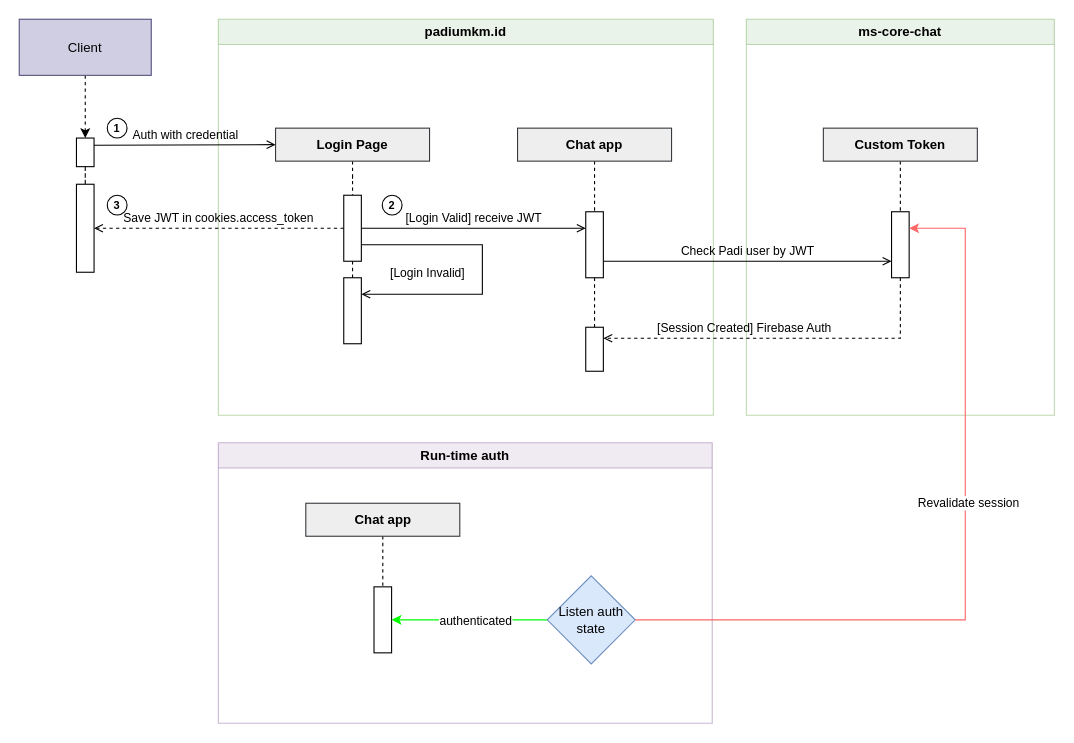
Above: page "Chat Authentication" (2 of 2) of Arch Chat Padi.drawio in yogiprsetya/app.diagrams.net (draw.io), before the change. Source tidied: cells renumbered, new cells numbered last; positions are measured from the earlier drawing's top-left corner, leaving out a move shared by most shapes. Both pictures are drawn from the tidied source at 110%, with x=0, y=0 at pixel (19, 19).
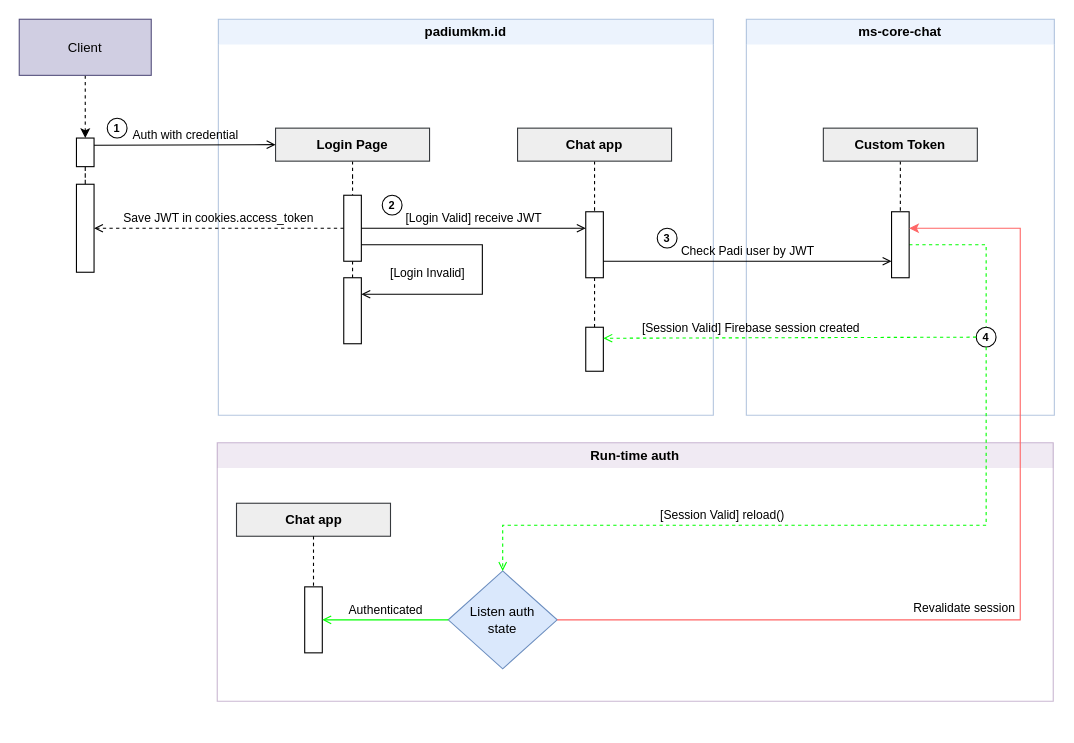
After the change.

Unchanged cells that the change refers to:
```xml
<mxCell id="14" style="rounded=0;whiteSpace=wrap;html=1;" parent="2" vertex="1">
  <mxGeometry x="334" y="280" width="16" height="40" as="geometry" />
</mxCell>
<mxCell id="19" style="rounded=0;whiteSpace=wrap;html=1;" parent="16" vertex="1">
  <mxGeometry x="132" y="175" width="16" height="60" as="geometry" />
</mxCell>
```

The edit, as a diff of the source:
```diff
@@
-    <mxCell id="2" value="padiumkm.id" style="swimlane;whiteSpace=wrap;html=1;fillColor=#d5e8d4;strokeColor=#82b366;opacity=50;" parent="1" vertex="1">
+    <mxCell id="2" value="padiumkm.id" style="swimlane;whiteSpace=wrap;html=1;fillColor=#dae8fc;strokeColor=#6c8ebf;swimlaneLine=0;opacity=50;" parent="1" vertex="1">
       <mxGeometry x="181" width="450" height="360" as="geometry" />
     </mxCell>
@@
+    <mxCell id="39" value="3" style="ellipse;whiteSpace=wrap;html=1;fontStyle=1;fontSize=10;" parent="2" vertex="1">
+      <mxGeometry x="399" y="190" width="18" height="18" as="geometry" />
+    </mxCell>
-    <mxCell id="16" value="ms-core-chat" style="swimlane;whiteSpace=wrap;html=1;fillColor=#d5e8d4;strokeColor=#82b366;startSize=23;opacity=50;" parent="1" vertex="1">
+    <mxCell id="16" value="ms-core-chat" style="swimlane;whiteSpace=wrap;html=1;fillColor=#dae8fc;strokeColor=#6c8ebf;startSize=23;swimlaneLine=0;opacity=50;" parent="1" vertex="1">
       <mxGeometry x="661" width="280" height="360" as="geometry" />
     </mxCell>
@@
+    <mxCell id="40" style="edgeStyle=orthogonalEdgeStyle;rounded=0;jettySize=auto;html=1;exitX=1;exitY=0.5;exitDx=0;exitDy=0;entryX=0.5;entryY=0;entryDx=0;entryDy=0;fontSize=12;startSize=8;endSize=8;endArrow=none;endFill=0;dashed=1;strokeColor=#00FF00;" parent="16" edge="1" source="19" target="41">
+      <mxGeometry relative="1" as="geometry" />
+    </mxCell>
@@
+    <mxCell id="41" value="4" style="ellipse;whiteSpace=wrap;html=1;fontStyle=1;fontSize=10;" parent="16" vertex="1">
+      <mxGeometry x="209" y="280" width="18" height="18" as="geometry" />
+    </mxCell>
@@
-    <mxCell id="28" value="[Session Created] Firebase Auth" style="html=1;verticalAlign=bottom;labelBackgroundColor=none;endArrow=open;endFill=0;rounded=0;exitX=0.5;exitY=1;exitDx=0;exitDy=0;edgeStyle=orthogonalEdgeStyle;entryX=1;entryY=0.25;entryDx=0;entryDy=0;dashed=1;" parent="1" edge="1" source="19" target="14">
+    <mxCell id="28" value="[Session Valid] Firebase session created" style="html=1;verticalAlign=bottom;labelBackgroundColor=none;endArrow=open;endFill=0;rounded=0;exitX=0;exitY=0.5;exitDx=0;exitDy=0;entryX=1;entryY=0.25;entryDx=0;entryDy=0;dashed=1;strokeColor=#00FF00;" parent="1" edge="1" source="41" target="14">
       <mxGeometry x="0.21" relative="1" as="geometry" />
     </mxCell>
-    <mxCell id="29" value="Run-time auth" style="swimlane;whiteSpace=wrap;html=1;fillColor=#e1d5e7;strokeColor=#9673a6;startSize=23;opacity=50;" parent="1" vertex="1">
-      <mxGeometry x="181" y="385" width="449" height="255" as="geometry" />
+    <mxCell id="29" value="Run-time auth" style="swimlane;whiteSpace=wrap;html=1;fillColor=#e1d5e7;strokeColor=#9673a6;startSize=23;swimlaneLine=0;opacity=50;" parent="1" vertex="1">
+      <mxGeometry x="180" y="385" width="760" height="235" as="geometry" />
     </mxCell>
+    <mxCell id="32" style="rounded=0;whiteSpace=wrap;html=1;" parent="29" vertex="1">
+      <mxGeometry x="79.5" y="131" width="16" height="60" as="geometry" />
+    </mxCell>
+    <mxCell id="35" value="&lt;div&gt;Listen auth&lt;/div&gt;&lt;div&gt;state&lt;/div&gt;" style="rhombus;whiteSpace=wrap;html=1;fillColor=#dae8fc;strokeColor=#6c8ebf;" parent="29" vertex="1">
+      <mxGeometry x="210" y="116.5" width="99" height="89" as="geometry" />
+    </mxCell>
+    <mxCell id="33" value="Authenticated" style="html=1;verticalAlign=bottom;labelBackgroundColor=none;endArrow=open;endFill=0;rounded=0;exitX=0;exitY=0.5;exitDx=0;exitDy=0;edgeStyle=orthogonalEdgeStyle;entryX=1;entryY=0.5;entryDx=0;entryDy=0;strokeColor=#00FF00;" parent="29" edge="1" source="35" target="32">
+      <mxGeometry relative="1" as="geometry" />
+    </mxCell>
+    <mxCell id="31" value="&lt;div&gt;Chat app&lt;/div&gt;" style="fontStyle=1;whiteSpace=wrap;html=1;fillColor=#eeeeee;strokeColor=#36393d;" parent="29" vertex="1">
+      <mxGeometry x="17.5" y="55" width="140" height="30" as="geometry" />
+    </mxCell>
@@
-    <mxCell id="31" value="&lt;div&gt;Chat app&lt;/div&gt;" style="fontStyle=1;whiteSpace=wrap;html=1;fillColor=#eeeeee;strokeColor=#36393d;" parent="29" vertex="1">
-      <mxGeometry x="79.5" y="55" width="140" height="30" as="geometry" />
-    </mxCell>
-    <mxCell id="32" style="rounded=0;whiteSpace=wrap;html=1;" parent="29" vertex="1">
-      <mxGeometry x="141.5" y="131" width="16" height="60" as="geometry" />
-    </mxCell>
-    <mxCell id="33" style="rounded=0;jettySize=auto;html=1;entryX=1;entryY=0.5;entryDx=0;entryDy=0;strokeColor=#00FF00;exitX=0;exitY=0.5;exitDx=0;exitDy=0;" parent="29" edge="1" source="35" target="32">
-      <mxGeometry relative="1" as="geometry" />
-    </mxCell>
-    <mxCell id="34" value="authenticated" style="edgeLabel;html=1;align=center;verticalAlign=middle;" parent="33" vertex="1">
-      <mxGeometry x="-0.07" relative="1" as="geometry" />
-    </mxCell>
-    <mxCell id="35" value="Listen auth state" style="rhombus;whiteSpace=wrap;html=1;fillColor=#dae8fc;strokeColor=#6c8ebf;" parent="29" vertex="1">
-      <mxGeometry x="299" y="121" width="80" height="80" as="geometry" />
-    </mxCell>
     <mxCell id="36" style="edgeStyle=orthogonalEdgeStyle;rounded=0;jettySize=auto;html=1;entryX=1;entryY=0.25;entryDx=0;entryDy=0;strokeColor=#FF6666;" parent="1" edge="1" source="35" target="19">
       <mxGeometry relative="1" as="geometry">
         <Array as="points">
-          <mxPoint x="860" y="546" />
-          <mxPoint x="860" y="190" />
+          <mxPoint x="910" y="546" />
+          <mxPoint x="910" y="190" />
         </Array>
       </mxGeometry>
     </mxCell>
     <mxCell id="37" value="Revalidate session" style="edgeLabel;html=1;align=center;verticalAlign=middle;" parent="36" vertex="1">
-      <mxGeometry x="0.15" y="-2" relative="1" as="geometry" />
+      <mxGeometry x="0.15" y="-2" relative="1" as="geometry">
+        <mxPoint x="-54" y="72" as="offset" />
+      </mxGeometry>
     </mxCell>
@@
-    <mxCell id="39" value="3" style="ellipse;whiteSpace=wrap;html=1;fontStyle=1;fontSize=10;" parent="1" vertex="1">
-      <mxGeometry x="80" y="160" width="18" height="18" as="geometry" />
-    </mxCell>
+    <mxCell id="42" value="[Session Valid] reload()" style="html=1;verticalAlign=bottom;labelBackgroundColor=none;endArrow=open;endFill=0;rounded=0;entryX=0.5;entryY=0;entryDx=0;entryDy=0;dashed=1;strokeColor=#00FF00;edgeStyle=orthogonalEdgeStyle;exitX=0.5;exitY=1;exitDx=0;exitDy=0;" parent="1" edge="1" source="41" target="35">
+      <mxGeometry x="0.25" relative="1" as="geometry">
+        <Array as="points">
+          <mxPoint x="879" y="460" />
+          <mxPoint x="440" y="460" />
+          <mxPoint x="440" y="502" />
+        </Array>
+      </mxGeometry>
+    </mxCell>
```
